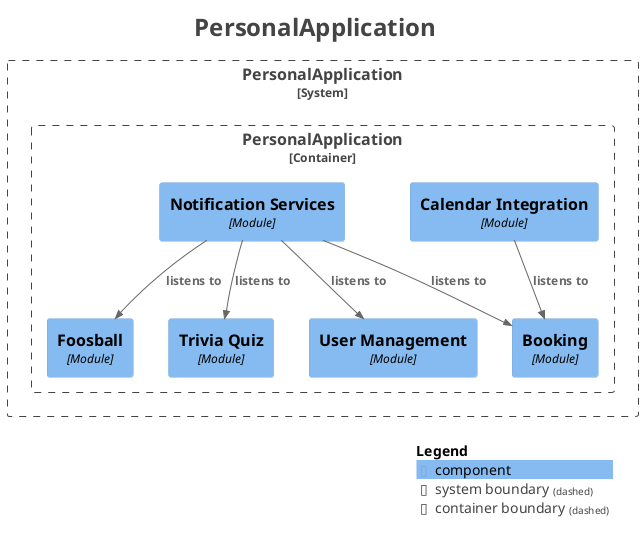
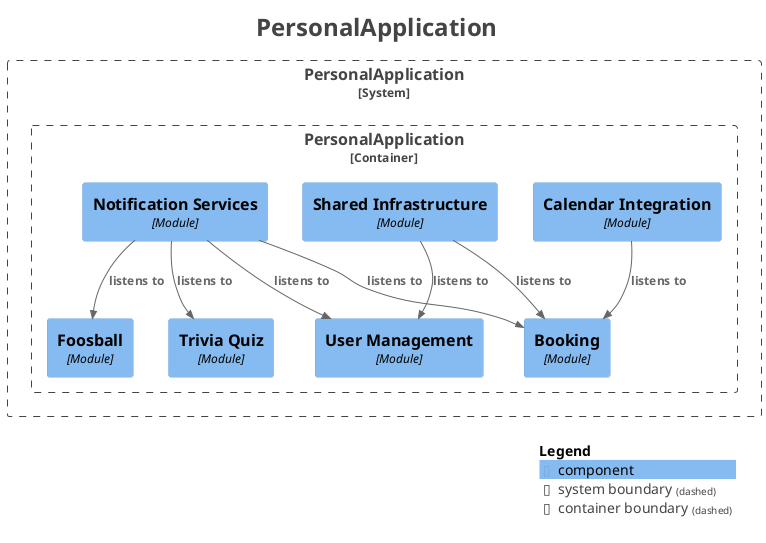
@startuml
title <size:24>PersonalApplication</size>

set separator none
top to bottom direction

<style>
  root {
    BackgroundColor: #ffffff
    FontColor: #444444
  }
</style>

!include <C4/C4>
!include <C4/C4_Context>
!include <C4/C4_Component>

System_Boundary("PersonalApplication_boundary", "PersonalApplication", $tags="") {
  Container_Boundary("PersonalApplication.PersonalApplication_boundary", "PersonalApplication", $tags="") {
-     Component(PersonalApplication.PersonalApplication.TriviaQuiz, "Trivia Quiz", $techn="Module", $descr="", $tags="", $link="")
    Component(PersonalApplication.PersonalApplication.UserManagement, "User Management", $techn="Module", $descr="", $tags="", $link="")
    Component(PersonalApplication.PersonalApplication.CalendarIntegration, "Calendar Integration", $techn="Module", $descr="", $tags="", $link="")
    Component(PersonalApplication.PersonalApplication.NotificationServices, "Notification Services", $techn="Module", $descr="", $tags="", $link="")
+     Component(PersonalApplication.PersonalApplication.SharedInfrastructure, "Shared Infrastructure", $techn="Module", $descr="", $tags="", $link="")
    Component(PersonalApplication.PersonalApplication.Booking, "Booking", $techn="Module", $descr="", $tags="", $link="")
    Component(PersonalApplication.PersonalApplication.Foosball, "Foosball", $techn="Module", $descr="", $tags="", $link="")
+     Component(PersonalApplication.PersonalApplication.TriviaQuiz, "Trivia Quiz", $techn="Module", $descr="", $tags="", $link="")
  }

}

+ Rel(PersonalApplication.PersonalApplication.NotificationServices, PersonalApplication.PersonalApplication.TriviaQuiz, "listens to", $techn="", $tags="", $link="")
Rel(PersonalApplication.PersonalApplication.NotificationServices, PersonalApplication.PersonalApplication.Foosball, "listens to", $techn="", $tags="", $link="")
- Rel(PersonalApplication.PersonalApplication.NotificationServices, PersonalApplication.PersonalApplication.TriviaQuiz, "listens to", $techn="", $tags="", $link="")
Rel(PersonalApplication.PersonalApplication.NotificationServices, PersonalApplication.PersonalApplication.UserManagement, "listens to", $techn="", $tags="", $link="")
Rel(PersonalApplication.PersonalApplication.NotificationServices, PersonalApplication.PersonalApplication.Booking, "listens to", $techn="", $tags="", $link="")
Rel(PersonalApplication.PersonalApplication.CalendarIntegration, PersonalApplication.PersonalApplication.Booking, "listens to", $techn="", $tags="", $link="")
+ Rel(PersonalApplication.PersonalApplication.SharedInfrastructure, PersonalApplication.PersonalApplication.UserManagement, "listens to", $techn="", $tags="", $link="")
+ Rel(PersonalApplication.PersonalApplication.SharedInfrastructure, PersonalApplication.PersonalApplication.Booking, "listens to", $techn="", $tags="", $link="")

SHOW_LEGEND(true)
hide stereotypes
@enduml